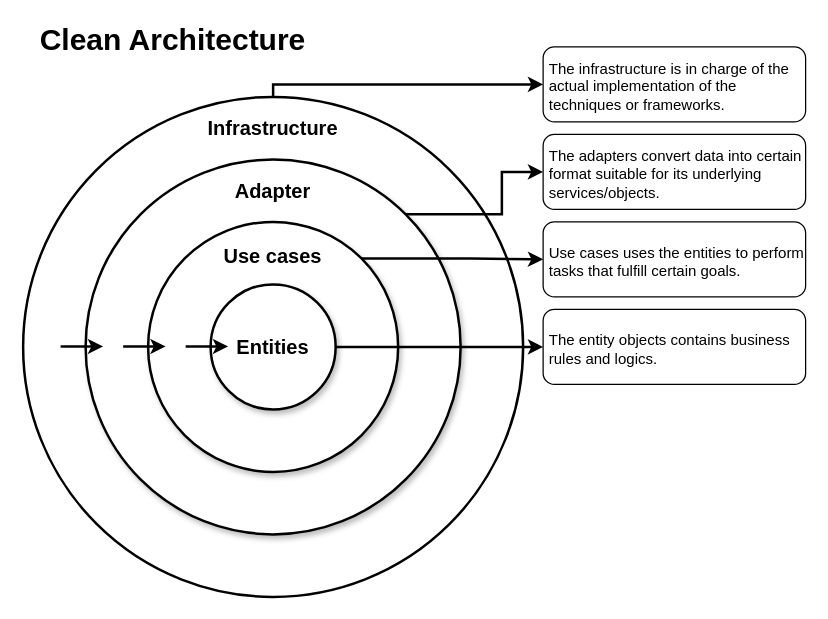
This is drawio/clean_architecture.drawio from s091648/scrape-and-analyze, a draw.io file, before an edit. Source tidied: cells renumbered, new cells numbered last; positions are measured from the earlier drawing's top-left corner, leaving out a move shared by most shapes. Both pictures are drawn from the tidied source at 125%, with x=0, y=0 at pixel (22, 21).
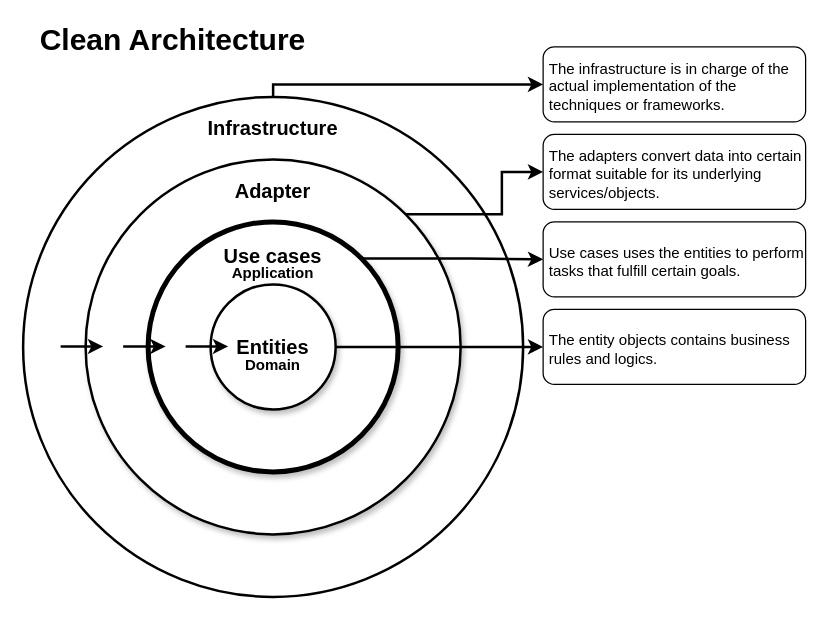
The same diagram, later.

Unchanged cells that the change refers to:
```xml
<mxCell id="3" style="group;" parent="1" vertex="1">
  <mxGeometry y="60" width="400" height="400" as="geometry" />
</mxCell>
```

Change to the diagram source:
```diff
@@
-    <mxCell id="6" style="ellipse;whiteSpace=wrap;html=1;strokeColor=light-dark(#000000,#000000);fillColor=light-dark(#FFFFFF,#FF9999);shadow=1;strokeWidth=2;" parent="3" vertex="1">
+    <mxCell id="6" style="ellipse;whiteSpace=wrap;html=1;strokeColor=light-dark(#000000,#FF0000);fillColor=light-dark(#FFFFFF,#FF9999);shadow=1;strokeWidth=4;" parent="3" vertex="1">
       <mxGeometry x="100" y="100" width="200" height="200" as="geometry" />
     </mxCell>
@@
+    <mxCell id="22" value="&lt;b&gt;&lt;font style=&quot;&quot;&gt;Domain&lt;/font&gt;&lt;/b&gt;" style="text;html=1;whiteSpace=wrap;strokeColor=none;fillColor=none;align=center;verticalAlign=middle;rounded=0;shadow=0;labelBorderColor=none;textShadow=0;fontColor=light-dark(#000000,#FF0000);" parent="3" vertex="1">
+      <mxGeometry x="170" y="200" width="60" height="30" as="geometry" />
+    </mxCell>
+    <mxCell id="23" value="&lt;b&gt;&lt;font style=&quot;&quot;&gt;Application&lt;/font&gt;&lt;/b&gt;" style="text;html=1;whiteSpace=wrap;strokeColor=none;fillColor=none;align=center;verticalAlign=middle;rounded=0;shadow=0;labelBorderColor=none;textShadow=0;fontColor=light-dark(#000000,#FF0000);" parent="3" vertex="1">
+      <mxGeometry x="170" y="126" width="60" height="30" as="geometry" />
+    </mxCell>
```
